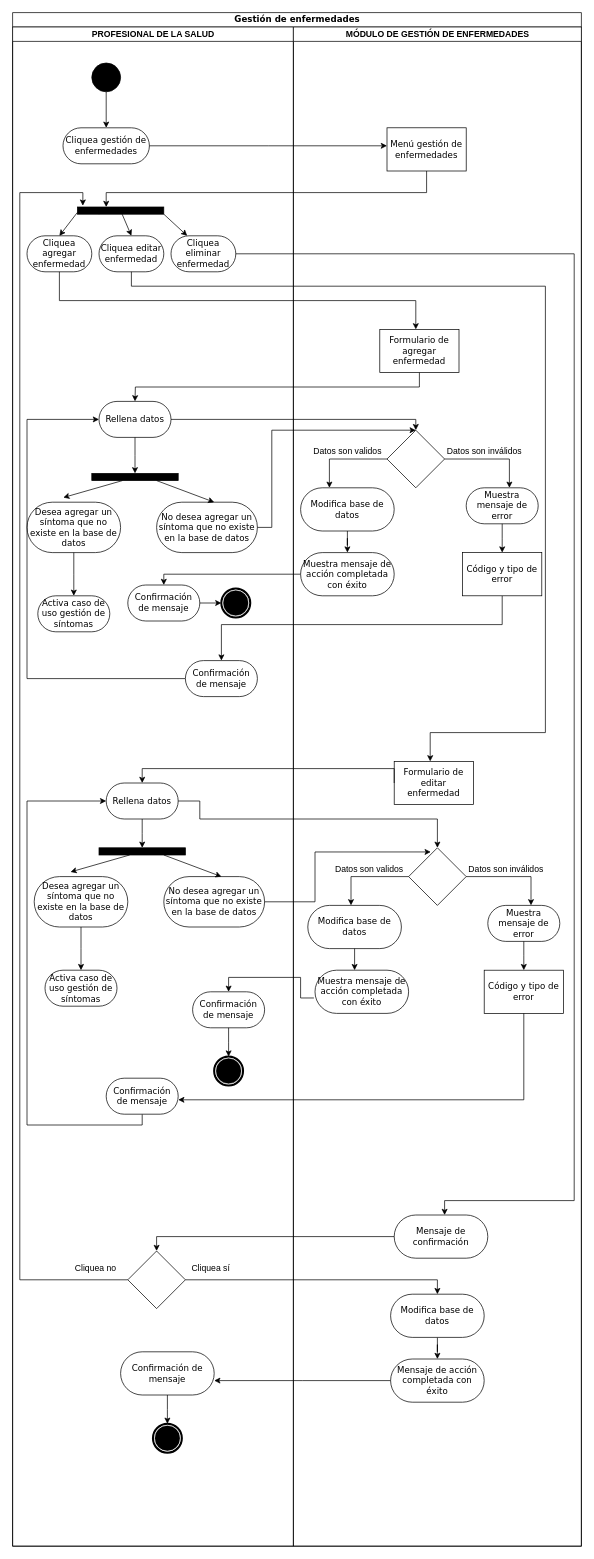
Above: page "GE" (1 of 3) of MET/Gestion de enfermedades.drawio in NeutronBlast/IS-Ex (draw.io), before the change. Source tidied: cells renumbered, new cells numbered last; positions are measured from the earlier drawing's top-left corner, leaving out a move shared by most shapes. Both pictures are drawn from the tidied source at 72%, with x=0, y=0 at pixel (12, 12).
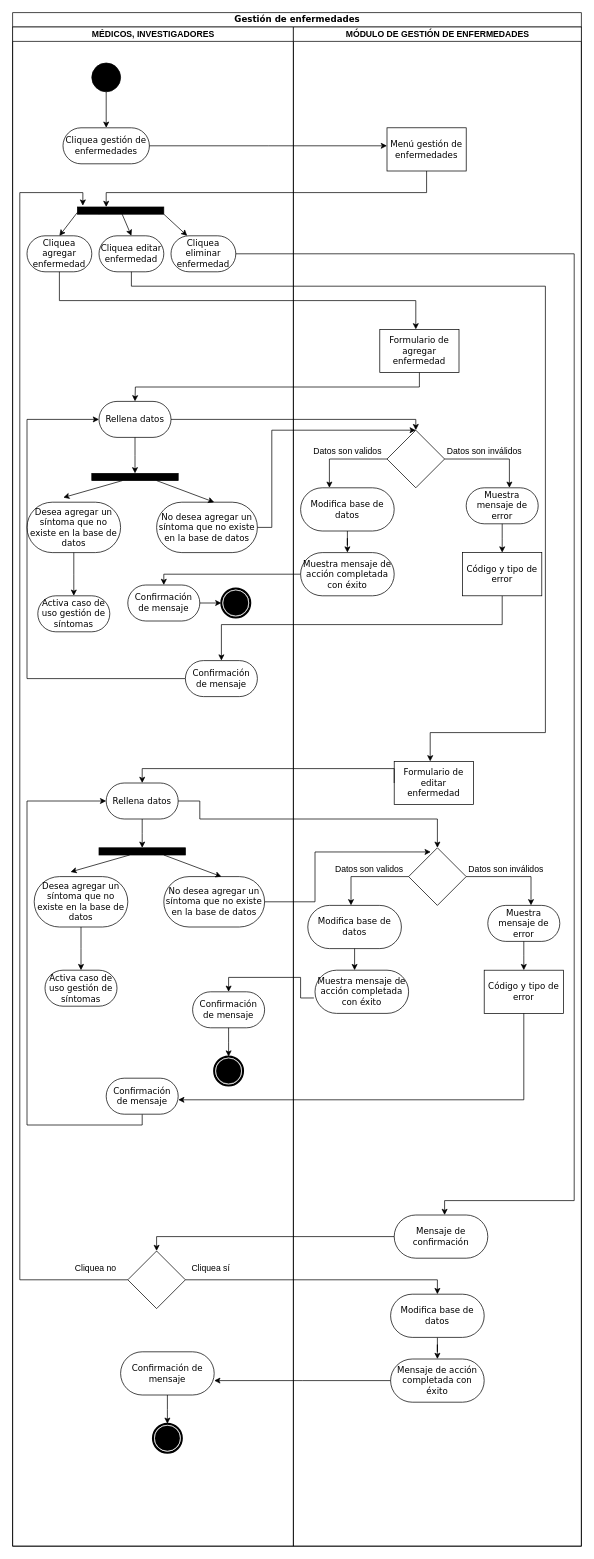
After the change.

The change refers to these unchanged cells:
```xml
<mxCell id="2" value="Gestión de enfermedades" style="swimlane;html=1;startSize=20;rounded=0;shadow=0;comic=0;labelBackgroundColor=none;strokeWidth=1;fontFamily=Verdana;fontSize=12;align=center;" parent="1" vertex="1">
  <mxGeometry width="790" height="2130" as="geometry" />
</mxCell>
```

The edit, as a diff of the source:
```diff
@@
-    <mxCell id="3" value="PROFESIONAL DE LA SALUD" style="swimlane;html=1;startSize=20;" parent="2" vertex="1">
+    <mxCell id="3" value="MÉDICOS, INVESTIGADORES" style="swimlane;html=1;startSize=20;" parent="2" vertex="1">
       <mxGeometry y="20" width="390" height="2110" as="geometry" />
     </mxCell>
```
